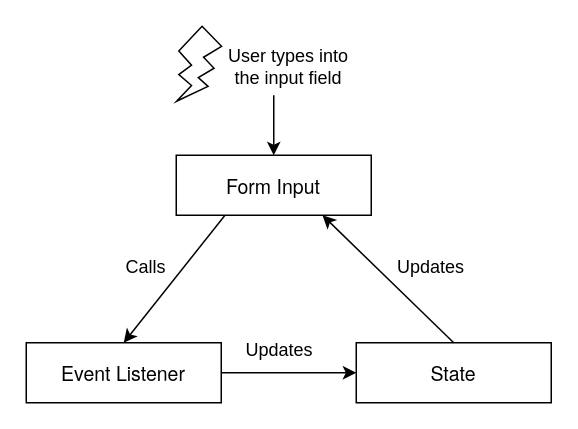
The draw.io diagram posts/099-react-controlled/diagrams/diagram.drawio in panzerdp/dmitripavlutin.com, before the edit. Source tidied: cells renumbered, new cells numbered last; positions are measured from the earlier drawing's top-left corner, leaving out a move shared by most shapes. Both pictures are drawn from the tidied source at 150%, with x=0, y=0 at pixel (26, 26).
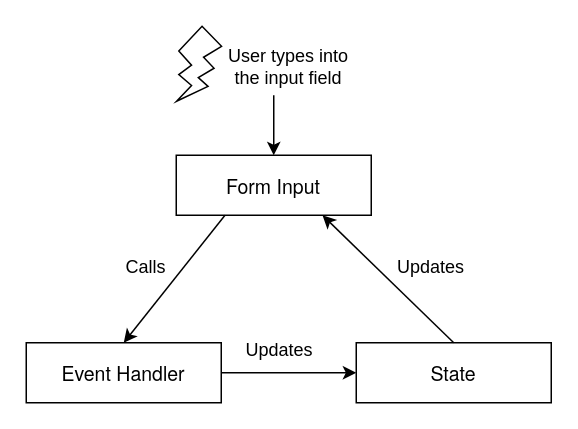
After the change.

What changed in the source:
```diff
@@
 <mxGraphModel>
   <root>
     <mxCell id="0" />
     <mxCell id="1" parent="0" />
     <mxCell id="2" style="rounded=0;whiteSpace=wrap;html=1;" parent="1" vertex="1">
       <mxGeometry x="220" y="211" width="130" height="40" as="geometry" />
     </mxCell>
     <mxCell id="3" value="&lt;p style=&quot;margin: 0px; font-variant-numeric: normal; font-variant-east-asian: normal; font-stretch: normal; font-size: 13px; line-height: normal; font-family: &amp;quot;Helvetica Neue&amp;quot;; text-align: start;&quot; class=&quot;p1&quot;&gt;State&lt;/p&gt;" style="text;html=1;strokeColor=none;fillColor=none;align=center;verticalAlign=middle;whiteSpace=wrap;rounded=0;fontSize=12;fontFamily=Helvetica;" parent="1" vertex="1">
       <mxGeometry x="248.2" y="216" width="73.5" height="30" as="geometry" />
     </mxCell>
     <mxCell id="4" style="rounded=0;whiteSpace=wrap;html=1;" parent="1" vertex="1">
       <mxGeometry x="100" y="86" width="130" height="40" as="geometry" />
     </mxCell>
     <mxCell id="5" value="&lt;p style=&quot;margin: 0px; font-variant-numeric: normal; font-variant-east-asian: normal; font-stretch: normal; font-size: 13px; line-height: normal; font-family: &amp;quot;Helvetica Neue&amp;quot;; text-align: start;&quot; class=&quot;p1&quot;&gt;Form Input&lt;/p&gt;" style="text;html=1;strokeColor=none;fillColor=none;align=center;verticalAlign=middle;whiteSpace=wrap;rounded=0;fontSize=12;fontFamily=Helvetica;" parent="1" vertex="1">
       <mxGeometry x="128.2" y="91" width="73.5" height="30" as="geometry" />
     </mxCell>
     <mxCell id="6" style="rounded=0;whiteSpace=wrap;html=1;" parent="1" vertex="1">
       <mxGeometry y="211" width="130" height="40" as="geometry" />
     </mxCell>
-    <mxCell id="7" value="&lt;p style=&quot;margin: 0px; font-variant-numeric: normal; font-variant-east-asian: normal; font-stretch: normal; font-size: 13px; line-height: normal; font-family: &amp;quot;Helvetica Neue&amp;quot;; text-align: start;&quot; class=&quot;p1&quot;&gt;Event Listener&lt;/p&gt;" style="text;html=1;strokeColor=none;fillColor=none;align=center;verticalAlign=middle;whiteSpace=wrap;rounded=0;fontSize=12;fontFamily=Helvetica;" parent="1" vertex="1">
+    <mxCell id="7" value="&lt;p style=&quot;margin: 0px; font-variant-numeric: normal; font-variant-east-asian: normal; font-stretch: normal; font-size: 13px; line-height: normal; font-family: &amp;quot;Helvetica Neue&amp;quot;; text-align: start;&quot; class=&quot;p1&quot;&gt;Event Handler&lt;/p&gt;" style="text;html=1;strokeColor=none;fillColor=none;align=center;verticalAlign=middle;whiteSpace=wrap;rounded=0;fontSize=12;fontFamily=Helvetica;" parent="1" vertex="1">
       <mxGeometry x="19.1" y="216" width="91.8" height="30" as="geometry" />
     </mxCell>
     <mxCell id="8" style="endArrow=classic;html=1;exitX=0.25;exitY=1;exitDx=0;exitDy=0;entryX=0.5;entryY=0;entryDx=0;entryDy=0;" parent="1" edge="1" source="4" target="6">
       <mxGeometry relative="1" as="geometry" />
     </mxCell>
     <mxCell id="9" style="endArrow=classic;html=1;exitX=1;exitY=0.5;exitDx=0;exitDy=0;entryX=0;entryY=0.5;entryDx=0;entryDy=0;" parent="1" edge="1" source="6" target="2">
       <mxGeometry relative="1" as="geometry" />
     </mxCell>
     <mxCell id="10" style="endArrow=classic;html=1;entryX=0.75;entryY=1;entryDx=0;entryDy=0;exitX=0.5;exitY=0;exitDx=0;exitDy=0;" parent="1" edge="1" source="2" target="4">
       <mxGeometry relative="1" as="geometry" />
     </mxCell>
     <mxCell id="11" value="Calls" style="text;html=1;strokeColor=none;fillColor=none;align=center;verticalAlign=middle;whiteSpace=wrap;rounded=0;" parent="1" vertex="1">
       <mxGeometry x="49.9" y="146" width="60" height="30" as="geometry" />
     </mxCell>
     <mxCell id="12" value="Updates" style="text;html=1;strokeColor=none;fillColor=none;align=center;verticalAlign=middle;whiteSpace=wrap;rounded=0;" parent="1" vertex="1">
       <mxGeometry x="139" y="201" width="60" height="30" as="geometry" />
     </mxCell>
     <mxCell id="13" value="Updates" style="text;html=1;strokeColor=none;fillColor=none;align=center;verticalAlign=middle;whiteSpace=wrap;rounded=0;" parent="1" vertex="1">
       <mxGeometry x="240" y="146" width="60" height="30" as="geometry" />
     </mxCell>
     <mxCell id="14" style="verticalLabelPosition=bottom;verticalAlign=top;html=1;shape=mxgraph.basic.flash;" parent="1" vertex="1">
       <mxGeometry x="100.2" width="30" height="50" as="geometry" />
     </mxCell>
     <mxCell id="15" value="User types into the input field" style="text;html=1;strokeColor=none;fillColor=none;align=center;verticalAlign=middle;whiteSpace=wrap;rounded=0;" parent="1" vertex="1">
       <mxGeometry x="125" y="12" width="100" height="30" as="geometry" />
     </mxCell>
     <mxCell id="16" style="endArrow=classic;html=1;entryX=0.5;entryY=0;entryDx=0;entryDy=0;" parent="1" edge="1" target="4">
       <mxGeometry relative="1" as="geometry">
         <mxPoint x="165" y="46" as="sourcePoint" />
       </mxGeometry>
     </mxCell>
   </root>
 </mxGraphModel>
```
